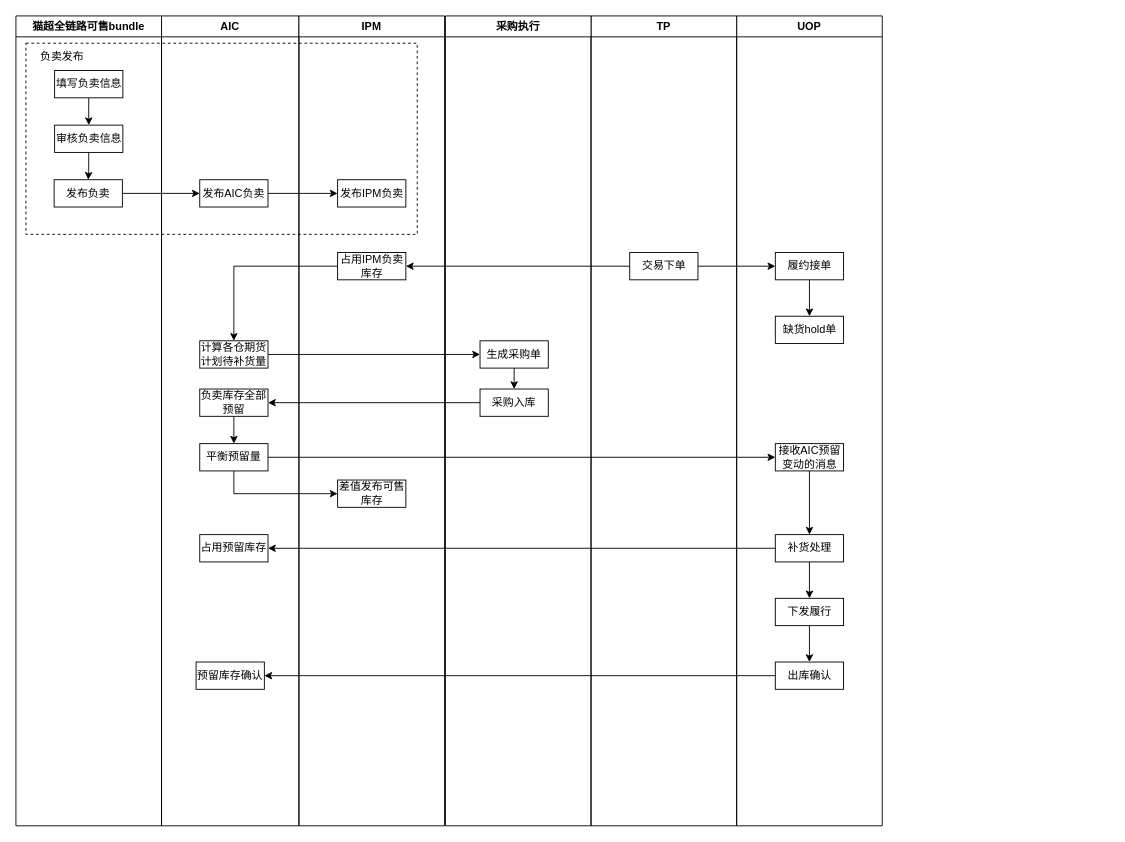
Earlier version of the draw.io diagram formal.drawio (xuyiyang/readme). Source tidied: cells renumbered, new cells numbered last; positions are measured from the earlier drawing's top-left corner, leaving out a move shared by most shapes. Both pictures are drawn from the tidied source at 91%, with x=0, y=0 at pixel (15, 15).
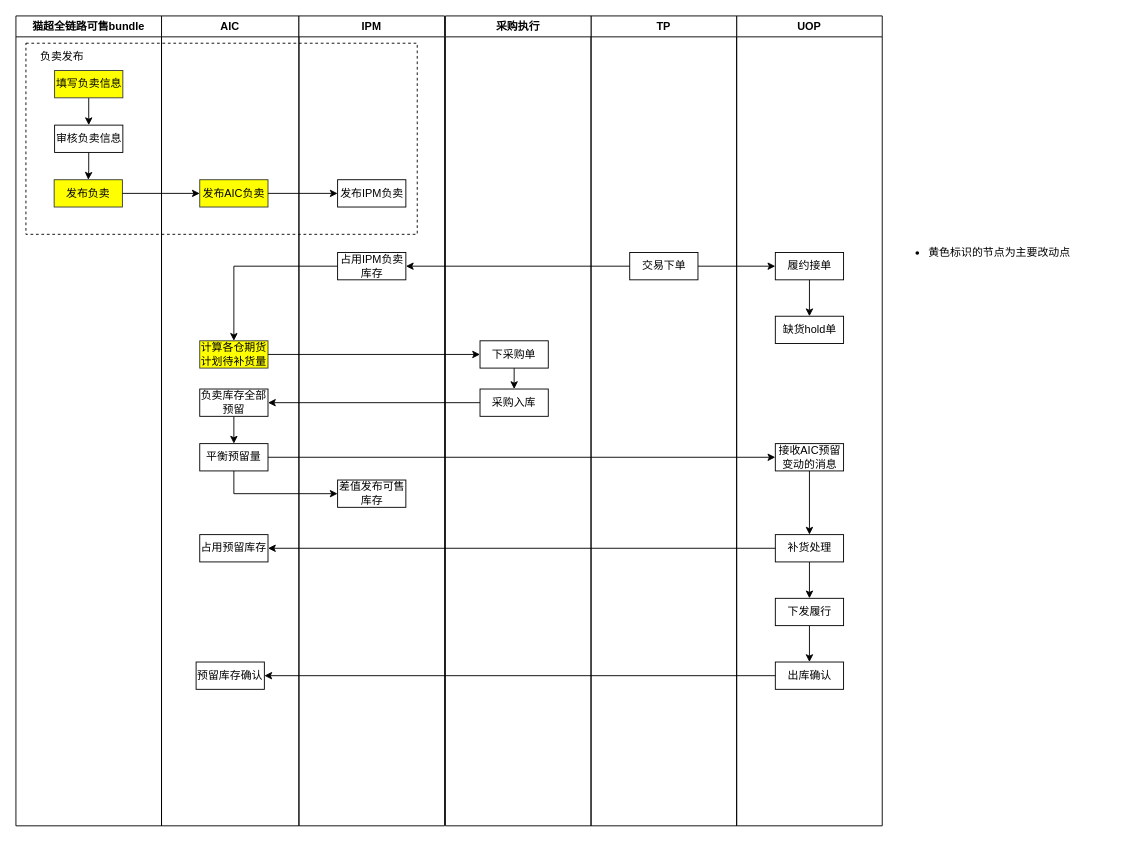
After the change.

The change refers to these unchanged cells:
```xml
<mxCell id="3" value="AIC" style="swimlane;startSize=23;" parent="1" vertex="1">
  <mxGeometry x="160" width="151" height="890" as="geometry" />
</mxCell>
<mxCell id="22" value="猫超全链路可售bundle" style="swimlane;" parent="1" vertex="1">
  <mxGeometry width="160" height="890" as="geometry" />
</mxCell>
<mxCell id="37" value="采购执行" style="swimlane;" parent="1" vertex="1">
  <mxGeometry x="472" width="160" height="890" as="geometry" />
</mxCell>
```

Diff of the diagram source:
```diff
@@
-    <mxCell id="4" value="发布AIC负卖" style="rounded=0;whiteSpace=wrap;html=1;" parent="3" vertex="1">
+    <mxCell id="4" value="发布AIC负卖" style="rounded=0;whiteSpace=wrap;html=1;fillColor=#FFFF00;strokeColor=#36393d;" parent="3" vertex="1">
       <mxGeometry x="42" y="180" width="75" height="30" as="geometry" />
     </mxCell>
-    <mxCell id="5" value="计算各仓期货计划待补货量" style="rounded=0;whiteSpace=wrap;html=1;" parent="3" vertex="1">
+    <mxCell id="5" value="计算各仓期货计划待补货量" style="rounded=0;whiteSpace=wrap;html=1;fillColor=#FFFF00;strokeColor=#36393d;" parent="3" vertex="1">
       <mxGeometry x="42" y="357" width="75" height="30" as="geometry" />
     </mxCell>
@@
-    <mxCell id="24" value="填写负卖信息" style="rounded=0;whiteSpace=wrap;html=1;" parent="22" vertex="1">
+    <mxCell id="24" value="填写负卖信息" style="rounded=0;whiteSpace=wrap;html=1;fillColor=#FFFF00;strokeColor=#36393d;" parent="22" vertex="1">
       <mxGeometry x="42.5" y="60" width="75" height="30" as="geometry" />
     </mxCell>
@@
-    <mxCell id="27" value="发布负卖" style="rounded=0;whiteSpace=wrap;html=1;" parent="22" vertex="1">
+    <mxCell id="27" value="发布负卖" style="rounded=0;whiteSpace=wrap;html=1;fillColor=#FFFF00;strokeColor=#36393d;" parent="22" vertex="1">
       <mxGeometry x="42" y="180" width="75" height="30" as="geometry" />
     </mxCell>
@@
-    <mxCell id="39" value="生成采购单" style="rounded=0;whiteSpace=wrap;html=1;" parent="37" vertex="1">
+    <mxCell id="39" value="下采购单" style="rounded=0;whiteSpace=wrap;html=1;" parent="37" vertex="1">
       <mxGeometry x="38" y="357" width="75" height="30" as="geometry" />
     </mxCell>
@@
+    <mxCell id="50" value="&lt;ul&gt;&lt;li&gt;黄色标识的节点为主要改动点&lt;/li&gt;&lt;/ul&gt;" style="text;strokeColor=none;fillColor=none;html=1;whiteSpace=wrap;verticalAlign=middle;overflow=hidden;dashed=1;align=left;" parent="1" vertex="1">
+      <mxGeometry x="961" y="220" width="240" height="80" as="geometry" />
+    </mxCell>
```
